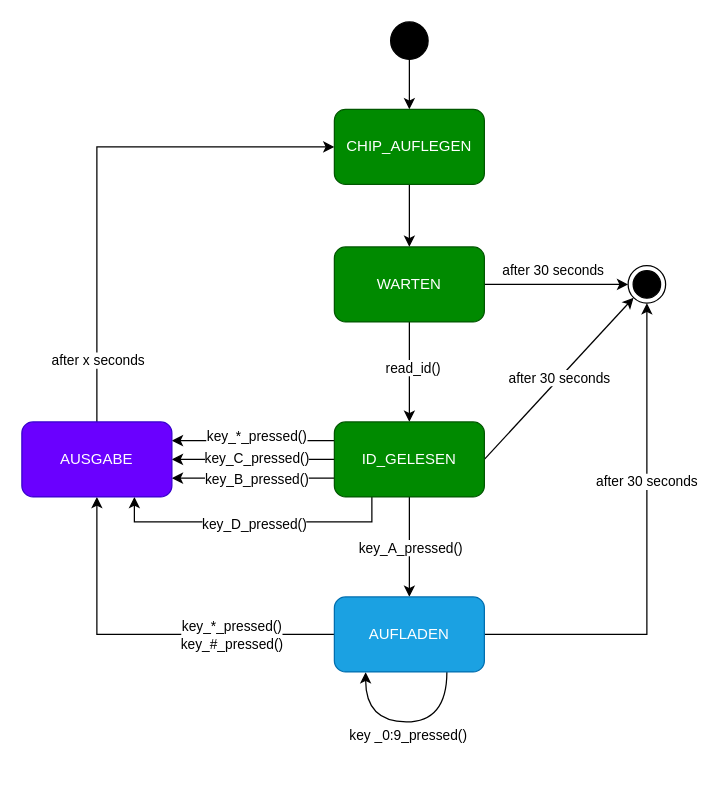
Above: design/StatePattern.drawio in lukas-honold/BudeRFID (draw.io), before the change. Source tidied: cells renumbered, new cells numbered last; positions are measured from the earlier drawing's top-left corner, leaving out a move shared by most shapes. Both pictures are drawn from the tidied source at 125%, with x=0, y=0 at pixel (21, 21).
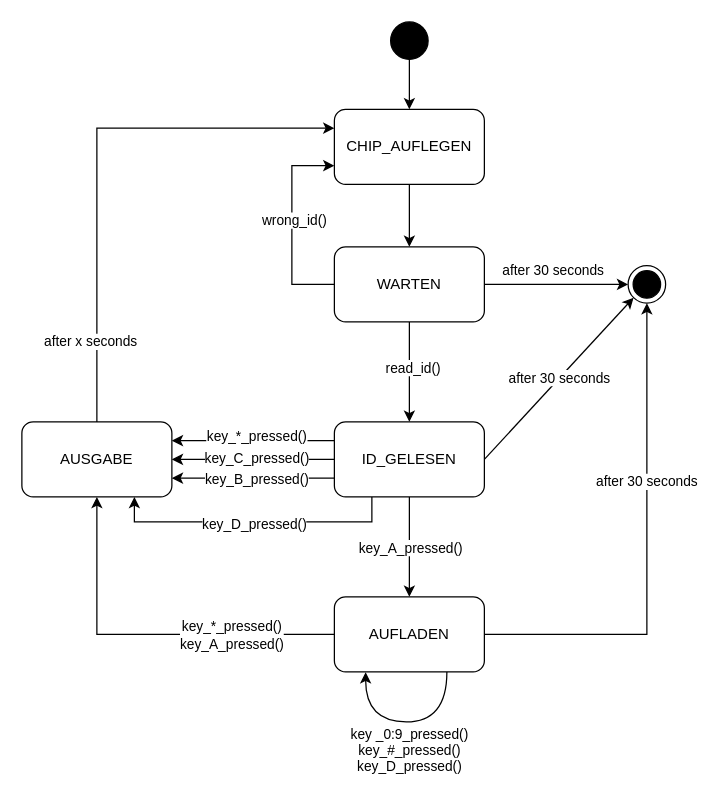
Above is the later version.

Commit message:
Zustandsdiagramm angepasst

The change refers to these unchanged cells:
```xml
<mxCell id="24" style="edgeStyle=orthogonalEdgeStyle;rounded=0;jettySize=auto;html=1;exitX=0.75;exitY=1;exitDx=0;exitDy=0;elbow=vertical;curved=1;" parent="1" edge="1" source="28">
  <mxGeometry relative="1" as="geometry">
    <mxPoint x="275" y="520.2" as="targetPoint" />
    <Array as="points">
      <mxPoint x="340" y="560" />
      <mxPoint x="275" y="560" />
    </Array>
  </mxGeometry>
</mxCell>
```

What changed in the source:
```diff
@@
+    <mxCell id="34" style="edgeStyle=orthogonalEdgeStyle;rounded=0;jettySize=auto;html=1;exitX=0;exitY=0.5;exitDx=0;exitDy=0;entryX=0;entryY=0.75;entryDx=0;entryDy=0;" parent="1" edge="1" source="8" target="31">
+      <mxGeometry relative="1" as="geometry">
+        <Array as="points">
+          <mxPoint x="216" y="210" />
+          <mxPoint x="216" y="115" />
+        </Array>
+      </mxGeometry>
+    </mxCell>
+    <mxCell id="35" value="wrong_id()" style="edgeLabel;html=1;align=center;verticalAlign=middle;" parent="34" vertex="1">
+      <mxGeometry x="0.17" y="1" relative="1" as="geometry">
+        <mxPoint x="2" y="9" as="offset" />
+      </mxGeometry>
+    </mxCell>
-    <mxCell id="8" value="WARTEN" style="rounded=1;whiteSpace=wrap;html=1;fillColor=#008a00;strokeColor=#005700;fontColor=#ffffff;" parent="1" vertex="1">
+    <mxCell id="8" value="WARTEN" style="rounded=1;whiteSpace=wrap;html=1;" parent="1" vertex="1">
       <mxGeometry x="250" y="180" width="120" height="60" as="geometry" />
     </mxCell>
@@
-    <mxCell id="13" style="edgeStyle=none;rounded=0;jettySize=auto;html=1;exitX=0.5;exitY=0;exitDx=0;exitDy=0;entryX=0;entryY=0.5;entryDx=0;entryDy=0;" parent="1" edge="1" source="33" target="31">
+    <mxCell id="13" style="edgeStyle=none;rounded=0;jettySize=auto;html=1;exitX=0.5;exitY=0;exitDx=0;exitDy=0;entryX=0;entryY=0.25;entryDx=0;entryDy=0;" parent="1" edge="1" source="33" target="31">
       <mxGeometry relative="1" as="geometry">
         <Array as="points">
-          <mxPoint x="60" y="100" />
+          <mxPoint x="60" y="85" />
         </Array>
       </mxGeometry>
     </mxCell>
@@
-    <mxCell id="22" value="ID_GELESEN" style="rounded=1;whiteSpace=wrap;html=1;fillColor=#008a00;strokeColor=#005700;fontColor=#ffffff;" parent="1" vertex="1">
+    <mxCell id="22" value="ID_GELESEN" style="rounded=1;whiteSpace=wrap;html=1;" parent="1" vertex="1">
       <mxGeometry x="250" y="320" width="120" height="60" as="geometry" />
     </mxCell>
@@
-    <mxCell id="25" value="key _0:9_pressed()" style="edgeLabel;html=1;align=center;verticalAlign=middle;" parent="24" vertex="1">
+    <mxCell id="25" value="key _0:9_pressed()&lt;br&gt;&lt;div style=&quot;&quot;&gt;key_#_pressed()&lt;/div&gt;&lt;div style=&quot;&quot;&gt;key_D_pressed()&lt;/div&gt;" style="edgeLabel;html=1;align=center;verticalAlign=middle;" parent="24" vertex="1">
       <mxGeometry x="-0.08" y="-1" relative="1" as="geometry">
-        <mxPoint x="-4.8" y="11" as="offset" />
+        <mxPoint x="-3.2" y="23" as="offset" />
       </mxGeometry>
     </mxCell>
@@
-    <mxCell id="28" value="AUFLADEN" style="rounded=1;whiteSpace=wrap;html=1;fillColor=#1ba1e2;strokeColor=#006EAF;fontColor=#ffffff;" parent="1" vertex="1">
+    <mxCell id="28" value="AUFLADEN" style="rounded=1;whiteSpace=wrap;html=1;" parent="1" vertex="1">
       <mxGeometry x="250" y="460" width="120" height="60" as="geometry" />
     </mxCell>
-    <mxCell id="29" value="key_*_pressed()&lt;br&gt;key_#_pressed()" style="edgeLabel;html=1;align=center;verticalAlign=middle;" parent="1" vertex="1">
+    <mxCell id="29" value="key_*_pressed()&lt;br&gt;key_A_pressed()" style="edgeLabel;html=1;align=center;verticalAlign=middle;" parent="1" vertex="1">
       <mxGeometry x="167" y="490" as="geometry" />
     </mxCell>
@@
-    <mxCell id="31" value="CHIP_AUFLEGEN" style="rounded=1;whiteSpace=wrap;html=1;fillColor=#008a00;strokeColor=#005700;fontColor=#ffffff;" parent="1" vertex="1">
+    <mxCell id="31" value="CHIP_AUFLEGEN" style="rounded=1;whiteSpace=wrap;html=1;" parent="1" vertex="1">
       <mxGeometry x="250" y="70" width="120" height="60" as="geometry" />
     </mxCell>
@@
-    <mxCell id="33" value="AUSGABE" style="rounded=1;whiteSpace=wrap;html=1;fillColor=#6a00ff;strokeColor=#3700CC;fontColor=#ffffff;" parent="1" vertex="1">
+    <mxCell id="33" value="AUSGABE" style="rounded=1;whiteSpace=wrap;html=1;" parent="1" vertex="1">
       <mxGeometry y="320" width="120" height="60" as="geometry" />
     </mxCell>
```
